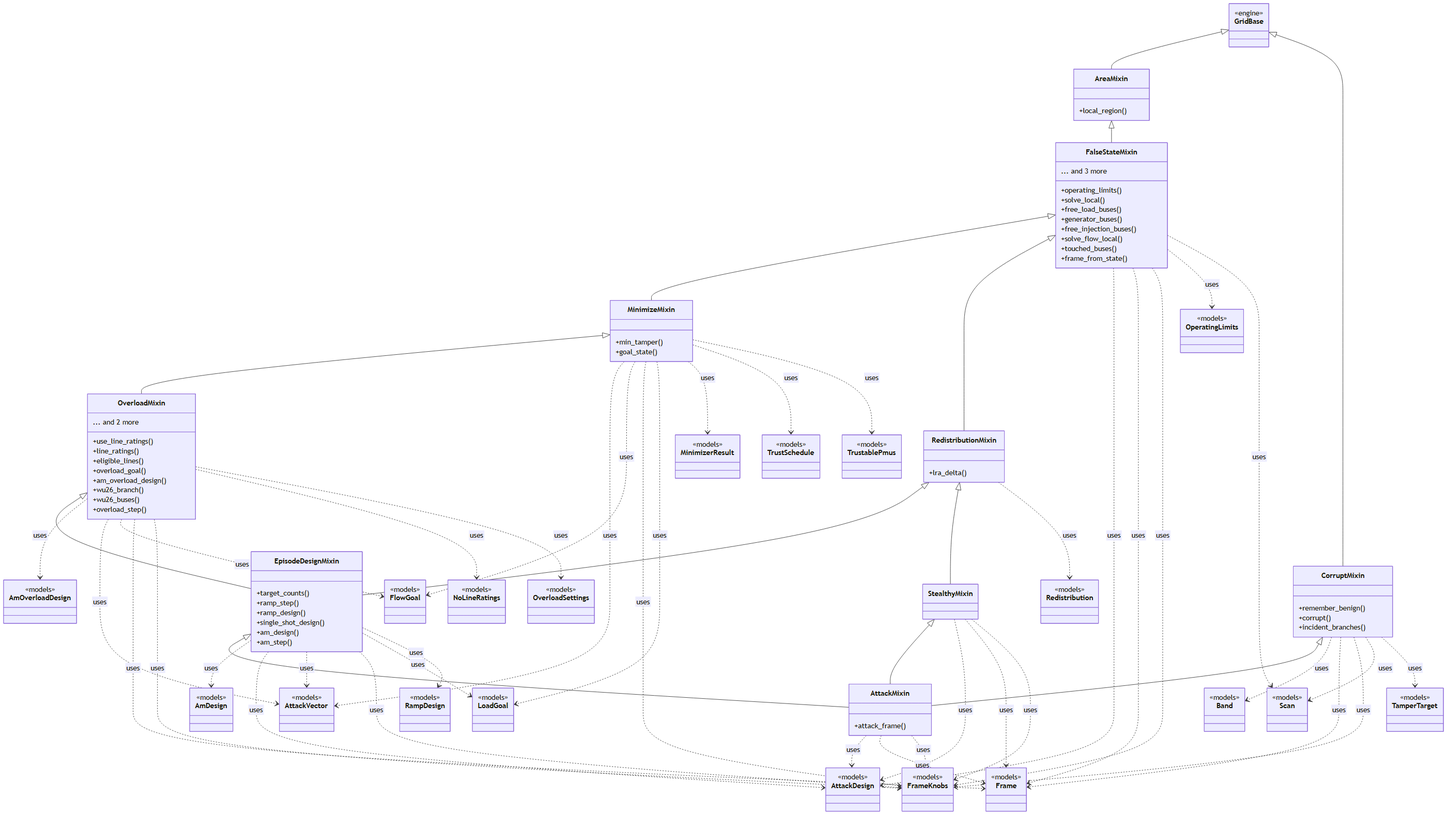
Before: docs/figures/diagrams/classes_attacks.png, a diagram exported from Mermaid (myersben9/fdia-graph). Its source is kept beside it as docs/figures/diagrams/classes_attacks.mmd.
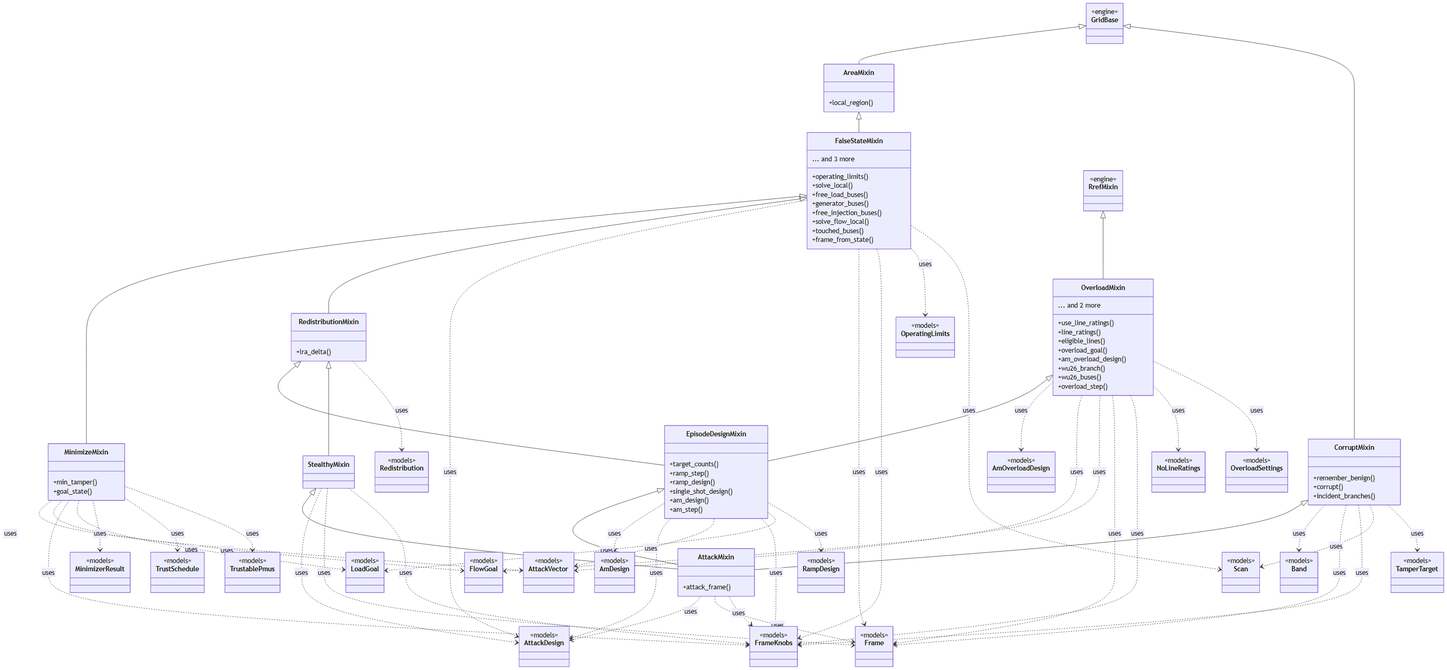
The same file after the commit.

Diff of the diagram source:
```diff
@@ -97,6 +97,9 @@
     class Redistribution {
         <<models>>
     }
+    class RrefMixin {
+        <<engine>>
+    }
     class Scan {
         <<models>>
     }
@@ -116,10 +119,10 @@
     FalseStateMixin <|-- RedistributionMixin
     GridBase <|-- AreaMixin
     GridBase <|-- CorruptMixin
-    MinimizeMixin <|-- OverloadMixin
     OverloadMixin <|-- EpisodeDesignMixin
     RedistributionMixin <|-- EpisodeDesignMixin
     RedistributionMixin <|-- StealthyMixin
+    RrefMixin <|-- OverloadMixin
     StealthyMixin <|-- AttackMixin
     AttackMixin ..> AttackDesign : uses
     AttackMixin ..> Frame : uses
```
